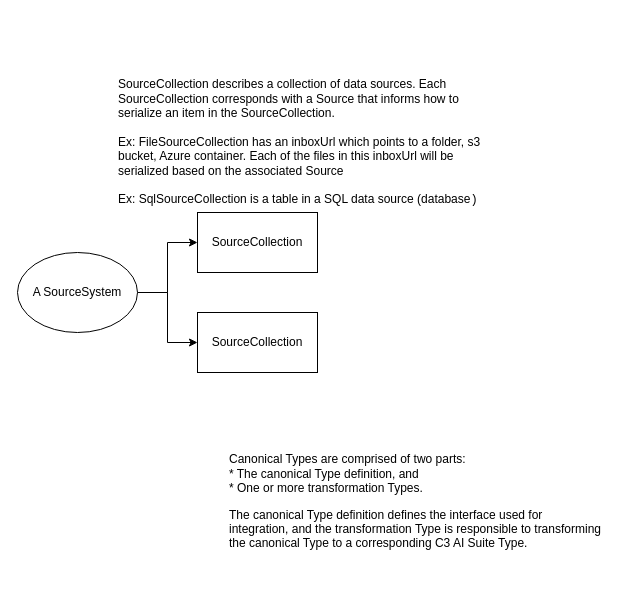
Above: DataIntegration.drawio in c3-tiffanyhui/coursera (draw.io), before the change. Source tidied: cells renumbered, new cells numbered last; positions are measured from the earlier drawing's top-left corner, leaving out a move shared by most shapes. Both pictures are drawn from the tidied source at 100%, with x=0, y=0 at pixel (17, 102).
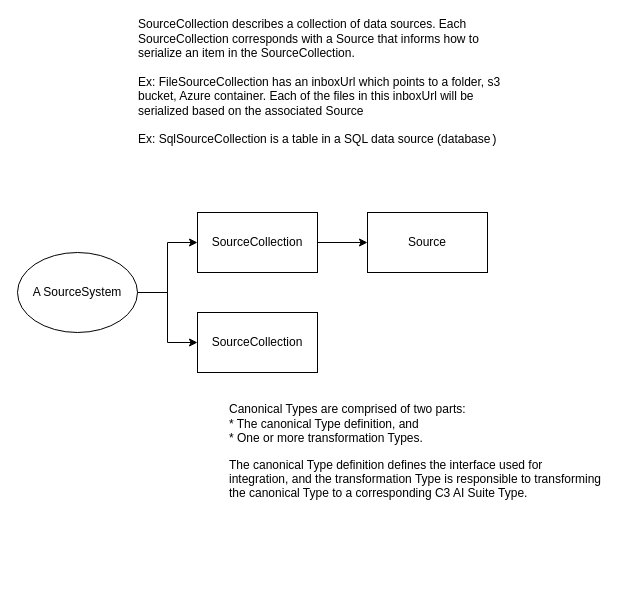
After the change.

What changed in the source:
```diff
@@
 <mxGraphModel>
   <root>
     <mxCell id="0" />
     <mxCell id="1" parent="0" />
     <mxCell id="2" style="edgeStyle=orthogonalEdgeStyle;rounded=0;jettySize=auto;html=1;exitX=1;exitY=0.5;exitDx=0;exitDy=0;entryX=0;entryY=0.5;entryDx=0;entryDy=0;" parent="1" edge="1" source="4" target="5">
       <mxGeometry relative="1" as="geometry" />
     </mxCell>
     <mxCell id="3" style="edgeStyle=orthogonalEdgeStyle;rounded=0;jettySize=auto;html=1;exitX=1;exitY=0.5;exitDx=0;exitDy=0;entryX=0;entryY=0.5;entryDx=0;entryDy=0;" parent="1" edge="1" source="4" target="6">
       <mxGeometry relative="1" as="geometry" />
     </mxCell>
     <mxCell id="4" value="A SourceSystem" style="ellipse;whiteSpace=wrap;html=1;" parent="1" vertex="1">
       <mxGeometry y="150" width="120" height="80" as="geometry" />
     </mxCell>
+    <mxCell id="9" style="edgeStyle=orthogonalEdgeStyle;rounded=0;jettySize=auto;html=1;" parent="1" edge="1" source="5" target="10">
+      <mxGeometry relative="1" as="geometry" />
+    </mxCell>
     <mxCell id="5" value="SourceCollection" style="rounded=0;whiteSpace=wrap;html=1;" parent="1" vertex="1">
       <mxGeometry x="180" y="110" width="120" height="60" as="geometry" />
     </mxCell>
     <mxCell id="6" value="SourceCollection" style="rounded=0;whiteSpace=wrap;html=1;" parent="1" vertex="1">
       <mxGeometry x="180" y="210" width="120" height="60" as="geometry" />
     </mxCell>
     <mxCell id="7" value="&lt;div align=&quot;left&quot;&gt;SourceCollection describes a collection of data sources. Each SourceCollection corresponds with a Source that informs how to serialize an item in the SourceCollection. &lt;br&gt;&lt;/div&gt;&lt;div align=&quot;left&quot;&gt;&lt;br&gt;&lt;/div&gt;&lt;div align=&quot;left&quot;&gt;Ex: FileSourceCollection has an inboxUrl which points to a folder, s3 bucket, Azure container. Each of the files in this inboxUrl will be serialized based on the associated Source&lt;/div&gt;&lt;div align=&quot;left&quot;&gt;&lt;br&gt;&lt;/div&gt;&lt;div align=&quot;left&quot;&gt;Ex: &lt;code&gt;&lt;font face=&quot;Helvetica&quot;&gt;SqlSourceCollection is a table in a SQL data source (database&lt;/font&gt;)&lt;br&gt;&lt;/code&gt;&lt;/div&gt;" style="text;html=1;strokeColor=none;fillColor=none;align=center;verticalAlign=middle;whiteSpace=wrap;rounded=0;" parent="1" vertex="1">
-      <mxGeometry x="100" width="370" height="80" as="geometry" />
+      <mxGeometry x="120" y="-80" width="370" height="120" as="geometry" />
     </mxCell>
     <mxCell id="8" value="Canonical Types are comprised of two parts:&lt;br&gt;&lt;div&gt;* The canonical Type definition, and&lt;/div&gt;&lt;div&gt;* One or more transformation Types.&lt;/div&gt;&lt;p&gt;The canonical Type definition defines the interface used for &lt;br&gt;integration, and the transformation Type is responsible to transforming &lt;br&gt;the canonical Type to a corresponding C3 AI Suite Type.&lt;br&gt;&lt;/p&gt;" style="text;html=1;strokeColor=none;fillColor=none;align=left;verticalAlign=middle;whiteSpace=wrap;rounded=0;" parent="1" vertex="1">
-      <mxGeometry x="210" y="340" width="395" height="130" as="geometry" />
+      <mxGeometry x="210" y="290" width="395" height="130" as="geometry" />
     </mxCell>
+    <mxCell id="10" value="Source" style="rounded=0;whiteSpace=wrap;html=1;" parent="1" vertex="1">
+      <mxGeometry x="350" y="110" width="120" height="60" as="geometry" />
+    </mxCell>
   </root>
 </mxGraphModel>
```
